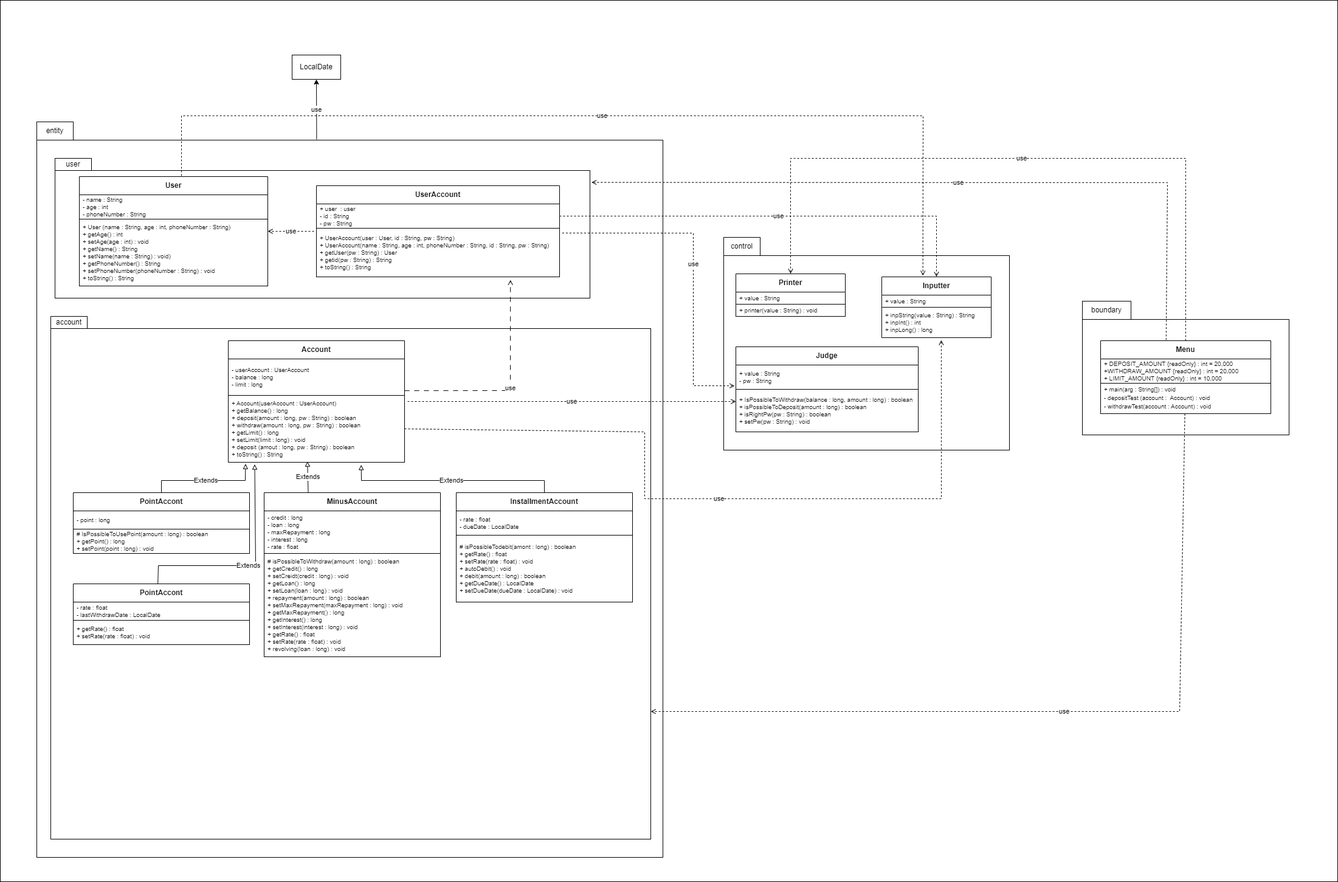
Earlier version of the draw.io export uml/흠ㅁㅁ.png (APSODE/custom-bank-project). Source tidied: cells renumbered, new cells last; positions are measured from the earlier drawing's top-left corner, leaving out a move shared by most shapes.
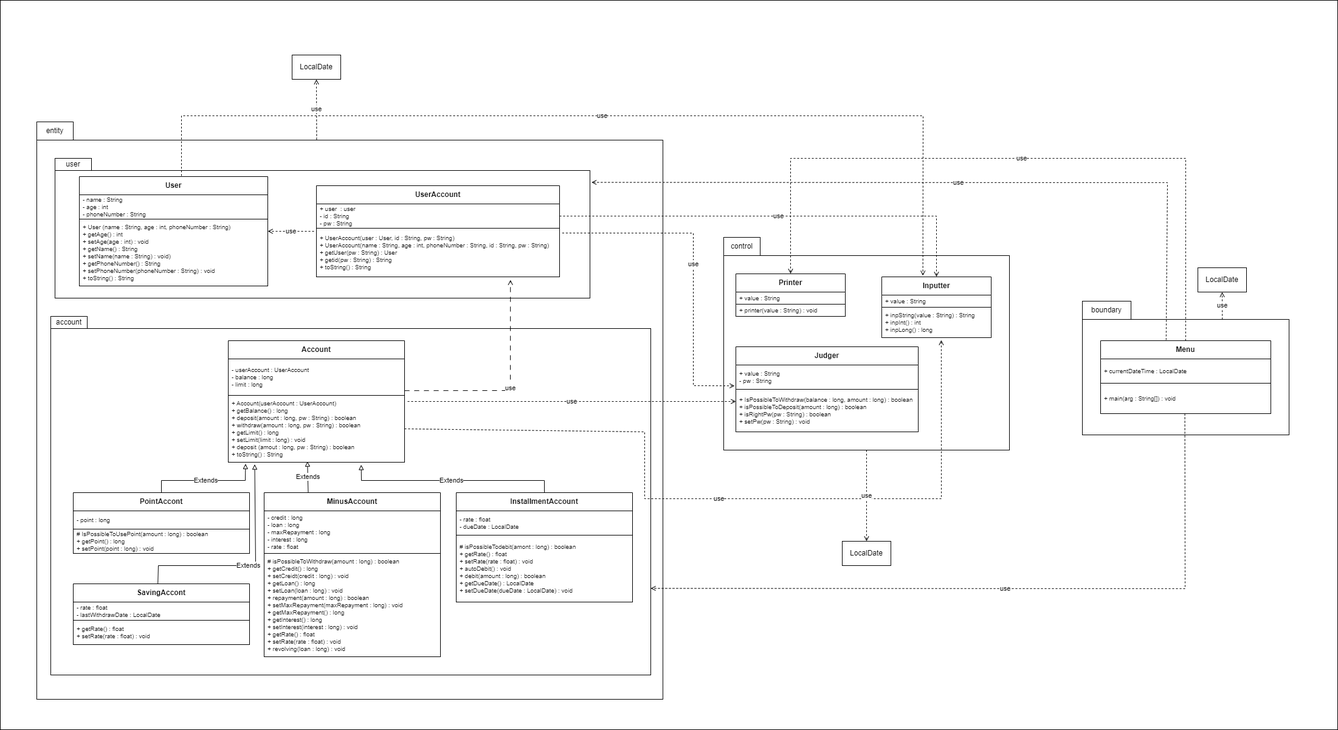
The same diagram one commit later.

Commit message:
머찐 uml임미다

The edit, as a diff of the source:
```diff
@@ -3,13 +3,13 @@
     <mxCell id="0" />
     <mxCell id="1" parent="0" />
     <mxCell id="2" style="rounded=0;whiteSpace=wrap;html=1;" parent="1" vertex="1">
-      <mxGeometry width="2200" height="1450" as="geometry" />
+      <mxGeometry width="2200" height="1200" as="geometry" />
     </mxCell>
     <mxCell id="3" style="rounded=0;whiteSpace=wrap;html=1;" parent="1" vertex="1">
-      <mxGeometry x="60" y="230" width="1030" height="1180" as="geometry" />
+      <mxGeometry x="60" y="230" width="1030" height="920" as="geometry" />
     </mxCell>
     <mxCell id="4" style="rounded=0;whiteSpace=wrap;html=1;" parent="1" vertex="1">
-      <mxGeometry x="83" y="540" width="987" height="840" as="geometry" />
+      <mxGeometry x="83" y="540" width="987" height="570" as="geometry" />
     </mxCell>
     <mxCell id="5" value="entity" style="rounded=0;whiteSpace=wrap;html=1;" parent="1" vertex="1">
       <mxGeometry x="60" y="200" width="60" height="30" as="geometry" />
@@ -83,7 +83,7 @@
     <mxCell id="28" value="+ inpString(value : String) : String&lt;br&gt;+ inpInt() : int&lt;br&gt;+ inpLong() : long" style="text;strokeColor=default;fillColor=none;align=left;verticalAlign=middle;spacingLeft=4;spacingRight=4;overflow=hidden;points=[[0,0.5],[1,0.5]];portConstraint=eastwest;whiteSpace=wrap;html=1;fontSize=9;" parent="26" vertex="1">
       <mxGeometry y="50" width="180" height="50" as="geometry" />
     </mxCell>
-    <mxCell id="29" value="&lt;b&gt;Judge&lt;/b&gt;" style="swimlane;fontStyle=0;horizontal=1;startSize=30;whiteSpace=wrap;html=1;" parent="1" vertex="1">
+    <mxCell id="29" value="&lt;b&gt;Judger&lt;/b&gt;" style="swimlane;fontStyle=0;horizontal=1;startSize=30;whiteSpace=wrap;html=1;" parent="1" vertex="1">
       <mxGeometry x="1210" y="570" width="300" height="140" as="geometry" />
     </mxCell>
     <mxCell id="30" value="+ value : String&lt;br&gt;- pw : String" style="text;strokeColor=none;fillColor=none;align=left;verticalAlign=middle;spacingLeft=4;spacingRight=4;overflow=hidden;points=[[0,0.5],[1,0.5]];portConstraint=eastwest;whiteSpace=wrap;html=1;fontSize=9;" parent="29" vertex="1">
@@ -101,10 +101,10 @@
     <mxCell id="34" value="Menu" style="swimlane;fontStyle=1;horizontal=1;startSize=30;whiteSpace=wrap;html=1;" parent="1" vertex="1">
       <mxGeometry x="1810" y="560" width="280" height="120" as="geometry" />
     </mxCell>
-    <mxCell id="35" value="+ DEPOSIT_AMOUNT {readOnly} : int = 20,000&lt;br style=&quot;font-size: 9px;&quot;&gt;+WITHDRAW_AMOUNT {readOnly} : int = 20,000&lt;br style=&quot;font-size: 9px;&quot;&gt;+ LIMIT_AMOUNT {readOnly} : int = 10,000" style="text;strokeColor=none;fillColor=none;align=left;verticalAlign=middle;spacingLeft=4;spacingRight=4;overflow=hidden;whiteSpace=wrap;html=1;fontSize=9;" parent="34" vertex="1">
+    <mxCell id="35" value="+ currentDateTime : LocalDate" style="text;strokeColor=none;fillColor=none;align=left;verticalAlign=middle;spacingLeft=4;spacingRight=4;overflow=hidden;whiteSpace=wrap;html=1;fontSize=9;" parent="34" vertex="1">
       <mxGeometry y="30" width="280" height="40" as="geometry" />
     </mxCell>
-    <mxCell id="36" value="&lt;font style=&quot;font-size: 9px;&quot;&gt;+ main(arg : String[]) : void&lt;br&gt;- depositTest (account :&amp;nbsp; Account) : void&lt;br&gt;- withdrawTest(account : Account) : void&lt;br&gt;&lt;br&gt;&lt;/font&gt;" style="text;strokeColor=default;fillColor=none;align=left;verticalAlign=middle;spacingLeft=4;spacingRight=4;overflow=hidden;points=[[0,0.5],[1,0.5]];portConstraint=eastwest;whiteSpace=wrap;html=1;" parent="34" vertex="1">
+    <mxCell id="36" value="&lt;font style=&quot;font-size: 9px;&quot;&gt;+ main(arg : String[]) : void&lt;br&gt;&lt;/font&gt;" style="text;strokeColor=default;fillColor=none;align=left;verticalAlign=middle;spacingLeft=4;spacingRight=4;overflow=hidden;points=[[0,0.5],[1,0.5]];portConstraint=eastwest;whiteSpace=wrap;html=1;" parent="34" vertex="1">
       <mxGeometry y="70" width="280" height="50" as="geometry" />
     </mxCell>
     <mxCell id="37" value="use" style="endArrow=open;html=1;rounded=0;exitX=-0.01;exitY=0.063;exitDx=0;exitDy=0;exitPerimeter=0;dashed=1;endFill=0;" parent="1" edge="1" source="13">
@@ -175,7 +175,7 @@
     <mxCell id="46" value="use" style="endArrow=open;html=1;rounded=0;exitX=0.495;exitY=1;exitDx=0;exitDy=0;entryX=1;entryY=0.75;entryDx=0;entryDy=0;dashed=1;endFill=0;exitPerimeter=0;" parent="1" edge="1" source="36" target="4">
       <mxGeometry relative="1" as="geometry">
         <Array as="points">
-          <mxPoint x="1940" y="1170" />
+          <mxPoint x="1949" y="968" />
         </Array>
       </mxGeometry>
     </mxCell>
@@ -210,7 +210,7 @@
     <mxCell id="55" value="LocalDate" style="rounded=0;whiteSpace=wrap;html=1;" parent="1" vertex="1">
       <mxGeometry x="480" y="90" width="80" height="40" as="geometry" />
     </mxCell>
-    <mxCell id="56" value="use" style="endArrow=classic;html=1;rounded=0;entryX=0.5;entryY=1;entryDx=0;entryDy=0;exitX=0.447;exitY=-0.001;exitDx=0;exitDy=0;exitPerimeter=0;" parent="1" edge="1" source="3" target="55">
+    <mxCell id="56" value="use" style="endArrow=open;html=1;rounded=0;entryX=0.5;entryY=1;entryDx=0;entryDy=0;exitX=0.447;exitY=-0.001;exitDx=0;exitDy=0;exitPerimeter=0;endFill=0;dashed=1;" parent="1" edge="1" source="3" target="55">
       <mxGeometry relative="1" as="geometry" />
     </mxCell>
     <mxCell id="57" value="Extends" style="endArrow=block;html=1;rounded=0;exitX=0.5;exitY=0;exitDx=0;exitDy=0;entryX=0.754;entryY=1.039;entryDx=0;entryDy=0;entryPerimeter=0;endFill=0;" parent="1" edge="1" source="52" target="17">
@@ -221,7 +221,7 @@
         </Array>
       </mxGeometry>
     </mxCell>
-    <mxCell id="58" value="&lt;b&gt;PointAccont&lt;/b&gt;" style="swimlane;fontStyle=0;horizontal=1;startSize=30;whiteSpace=wrap;html=1;" parent="1" vertex="1">
+    <mxCell id="58" value="&lt;b&gt;SavingAccont&lt;/b&gt;" style="swimlane;fontStyle=0;horizontal=1;startSize=30;whiteSpace=wrap;html=1;" parent="1" vertex="1">
       <mxGeometry x="120" y="960" width="290" height="100" as="geometry" />
     </mxCell>
     <mxCell id="59" value="- rate : float&lt;br&gt;- lastWithdrawDate : LocalDate" style="text;strokeColor=default;fillColor=none;align=left;verticalAlign=middle;spacingLeft=4;spacingRight=4;overflow=hidden;whiteSpace=wrap;html=1;fontSize=9;" parent="58" vertex="1">
@@ -238,5 +238,17 @@
         </Array>
       </mxGeometry>
     </mxCell>
+    <mxCell id="62" value="LocalDate" style="rounded=0;whiteSpace=wrap;html=1;" parent="1" vertex="1">
+      <mxGeometry x="1385" y="890" width="80" height="40" as="geometry" />
+    </mxCell>
+    <mxCell id="63" value="LocalDate" style="rounded=0;whiteSpace=wrap;html=1;" parent="1" vertex="1">
+      <mxGeometry x="1970" y="440" width="80" height="40" as="geometry" />
+    </mxCell>
+    <mxCell id="64" value="use" style="endArrow=open;html=1;rounded=0;exitX=0.5;exitY=1;exitDx=0;exitDy=0;entryX=0.5;entryY=0;entryDx=0;entryDy=0;endFill=0;dashed=1;" parent="1" edge="1" source="21" target="62">
+      <mxGeometry relative="1" as="geometry" />
+    </mxCell>
+    <mxCell id="65" value="use" style="endArrow=open;html=1;rounded=0;exitX=0.677;exitY=0;exitDx=0;exitDy=0;exitPerimeter=0;entryX=0.5;entryY=1;entryDx=0;entryDy=0;dashed=1;endFill=0;" parent="1" edge="1" source="32" target="63">
+      <mxGeometry relative="1" as="geometry" />
+    </mxCell>
   </root>
 </mxGraphModel>
```
